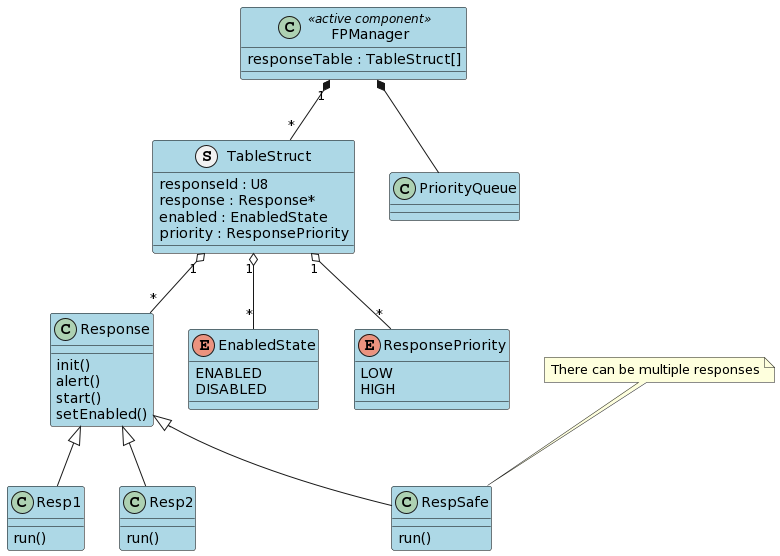
This is Svc/FPManager/docs/ClassDiagram.png from garthwatney/fprime, a PlantUML export, as it was before one commit.
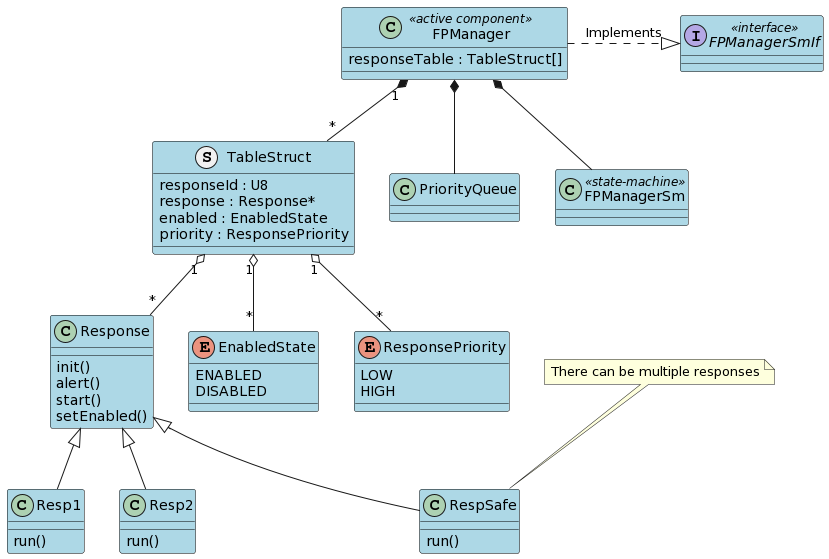
The same file after the commit.

The edit, as a diff of the source:
```diff
@@ -31,6 +31,14 @@
     setEnabled()
 }
 
+class FPManagerSm <<state-machine>> {
+
+}
+
+interface FPManagerSmIf <<interface>> {
+
+}
+
 class Resp1 {
     run()
 }
@@ -53,8 +61,10 @@
     HIGH
 }
 
+FPManager .right.|> FPManagerSmIf : Implements
 FPManager *-- PriorityQueue
 FPManager "1" *-- "*" TableStruct
+FPManager *-- FPManagerSm
 Response <|-- Resp1
 Response <|-- Resp2
 Response <|-- RespSafe
```
